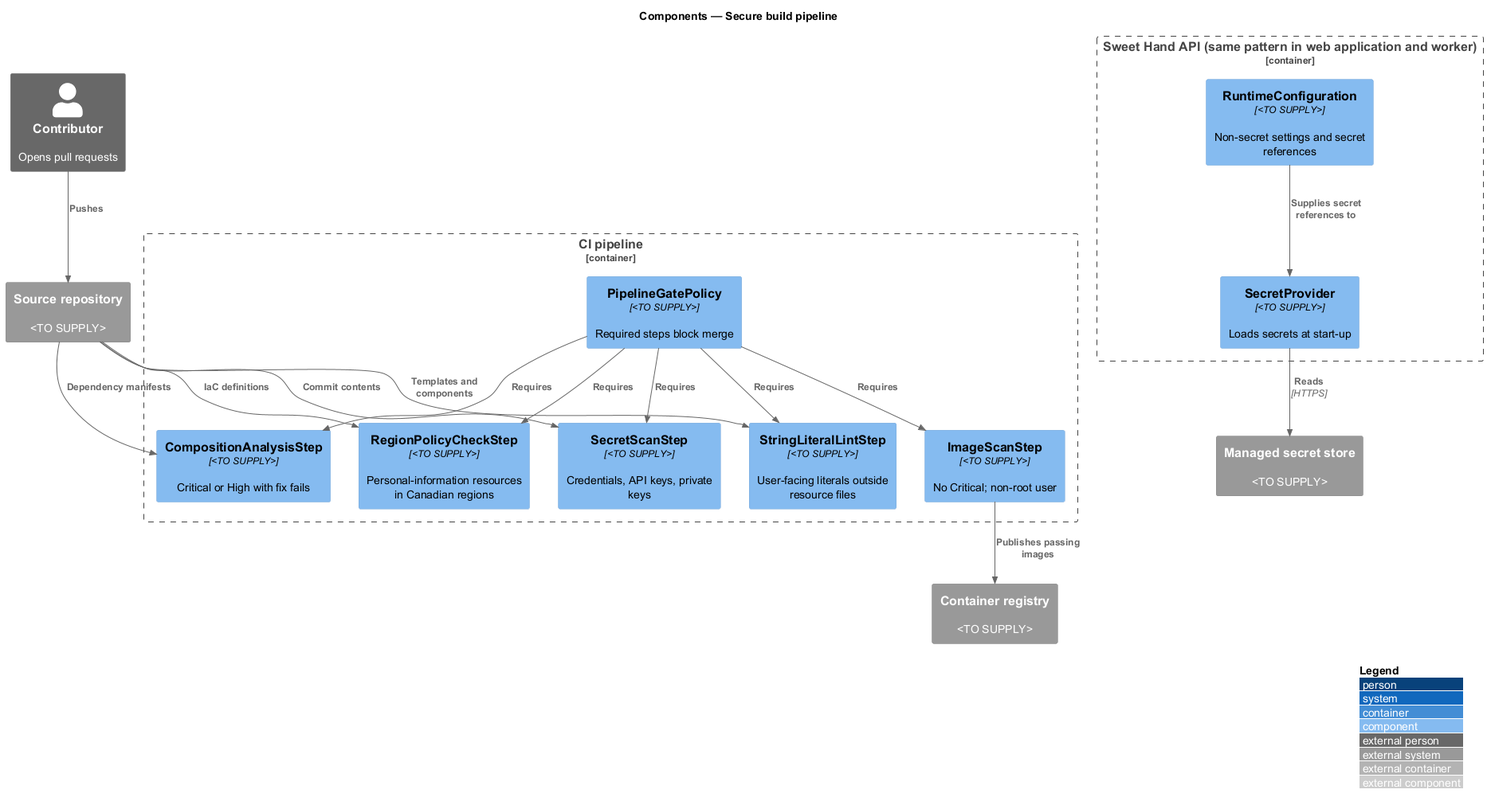
This is docs/detailed-designs/platform/secure-build-pipeline/diagrams/c4-component.png from QuinntyneBrown/sweet-hand, a PlantUML export, as it was before one commit. Its diagram source:
```plantuml
@startuml
!include <C4/C4_Component>
LAYOUT_WITH_LEGEND()
title Components — Secure build pipeline

Person_Ext(contributor, "Contributor", "Opens pull requests")
System_Ext(repo, "Source repository", "<TO SUPPLY>")
System_Ext(registry, "Container registry", "<TO SUPPLY>")
System_Ext(secrets, "Managed secret store", "<TO SUPPLY>")
Container_Boundary(ci, "CI pipeline") {
  Component(secretscan, "SecretScanStep", "<TO SUPPLY>", "Credentials, API keys, private keys")
  Component(sca, "CompositionAnalysisStep", "<TO SUPPLY>", "Critical or High with fix fails")
  Component(imagescan, "ImageScanStep", "<TO SUPPLY>", "No Critical; non-root user")
  Component(region, "RegionPolicyCheckStep", "<TO SUPPLY>", "Personal-information resources in Canadian regions")
  Component(lint, "StringLiteralLintStep", "<TO SUPPLY>", "User-facing literals outside resource files")
  Component(gate, "PipelineGatePolicy", "<TO SUPPLY>", "Required steps block merge")
}
Container_Boundary(api, "Sweet Hand API (same pattern in web application and worker)") {
  Component(provider, "SecretProvider", "<TO SUPPLY>", "Loads secrets at start-up")
  Component(config, "RuntimeConfiguration", "<TO SUPPLY>", "Non-secret settings and secret references")
}

Rel(contributor, repo, "Pushes")
Rel(repo, secretscan, "Commit contents")
Rel(repo, sca, "Dependency manifests")
Rel(repo, region, "IaC definitions")
Rel(repo, lint, "Templates and components")
Rel(imagescan, registry, "Publishes passing images")
Rel(gate, secretscan, "Requires")
Rel(gate, sca, "Requires")
Rel(gate, imagescan, "Requires")
Rel(gate, region, "Requires")
Rel(gate, lint, "Requires")
Rel(config, provider, "Supplies secret references to")
Rel(provider, secrets, "Reads", "HTTPS")
@enduml
```
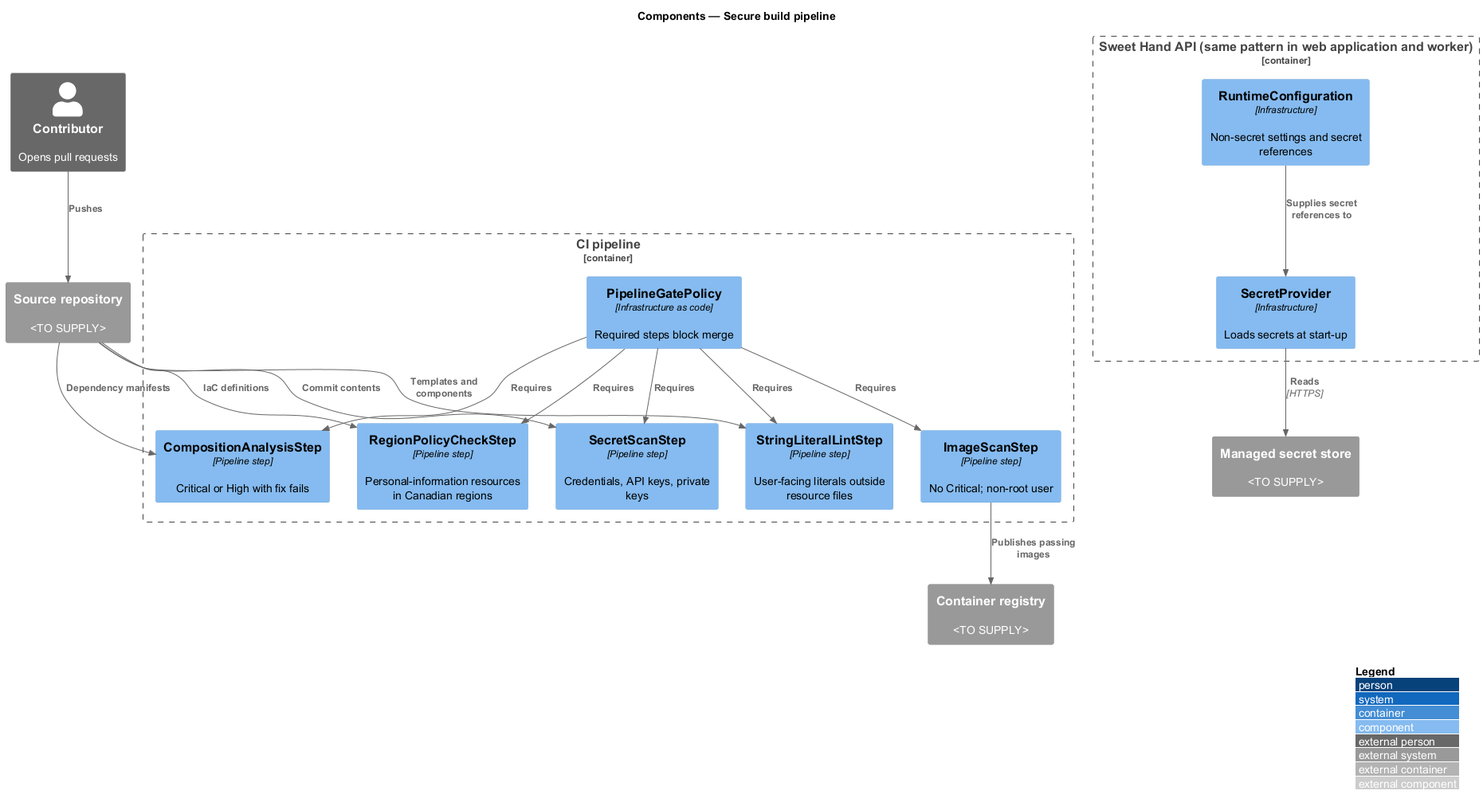
After the commit.

What changed in the source:
```diff
@@ -8,16 +8,16 @@
 System_Ext(registry, "Container registry", "<TO SUPPLY>")
 System_Ext(secrets, "Managed secret store", "<TO SUPPLY>")
 Container_Boundary(ci, "CI pipeline") {
-  Component(secretscan, "SecretScanStep", "<TO SUPPLY>", "Credentials, API keys, private keys")
-  Component(sca, "CompositionAnalysisStep", "<TO SUPPLY>", "Critical or High with fix fails")
-  Component(imagescan, "ImageScanStep", "<TO SUPPLY>", "No Critical; non-root user")
-  Component(region, "RegionPolicyCheckStep", "<TO SUPPLY>", "Personal-information resources in Canadian regions")
-  Component(lint, "StringLiteralLintStep", "<TO SUPPLY>", "User-facing literals outside resource files")
-  Component(gate, "PipelineGatePolicy", "<TO SUPPLY>", "Required steps block merge")
+  Component(secretscan, "SecretScanStep", "Pipeline step", "Credentials, API keys, private keys")
+  Component(sca, "CompositionAnalysisStep", "Pipeline step", "Critical or High with fix fails")
+  Component(imagescan, "ImageScanStep", "Pipeline step", "No Critical; non-root user")
+  Component(region, "RegionPolicyCheckStep", "Pipeline step", "Personal-information resources in Canadian regions")
+  Component(lint, "StringLiteralLintStep", "Pipeline step", "User-facing literals outside resource files")
+  Component(gate, "PipelineGatePolicy", "Infrastructure as code", "Required steps block merge")
 }
 Container_Boundary(api, "Sweet Hand API (same pattern in web application and worker)") {
-  Component(provider, "SecretProvider", "<TO SUPPLY>", "Loads secrets at start-up")
-  Component(config, "RuntimeConfiguration", "<TO SUPPLY>", "Non-secret settings and secret references")
+  Component(provider, "SecretProvider", "Infrastructure", "Loads secrets at start-up")
+  Component(config, "RuntimeConfiguration", "Infrastructure", "Non-secret settings and secret references")
 }
 
 Rel(contributor, repo, "Pushes")
```
